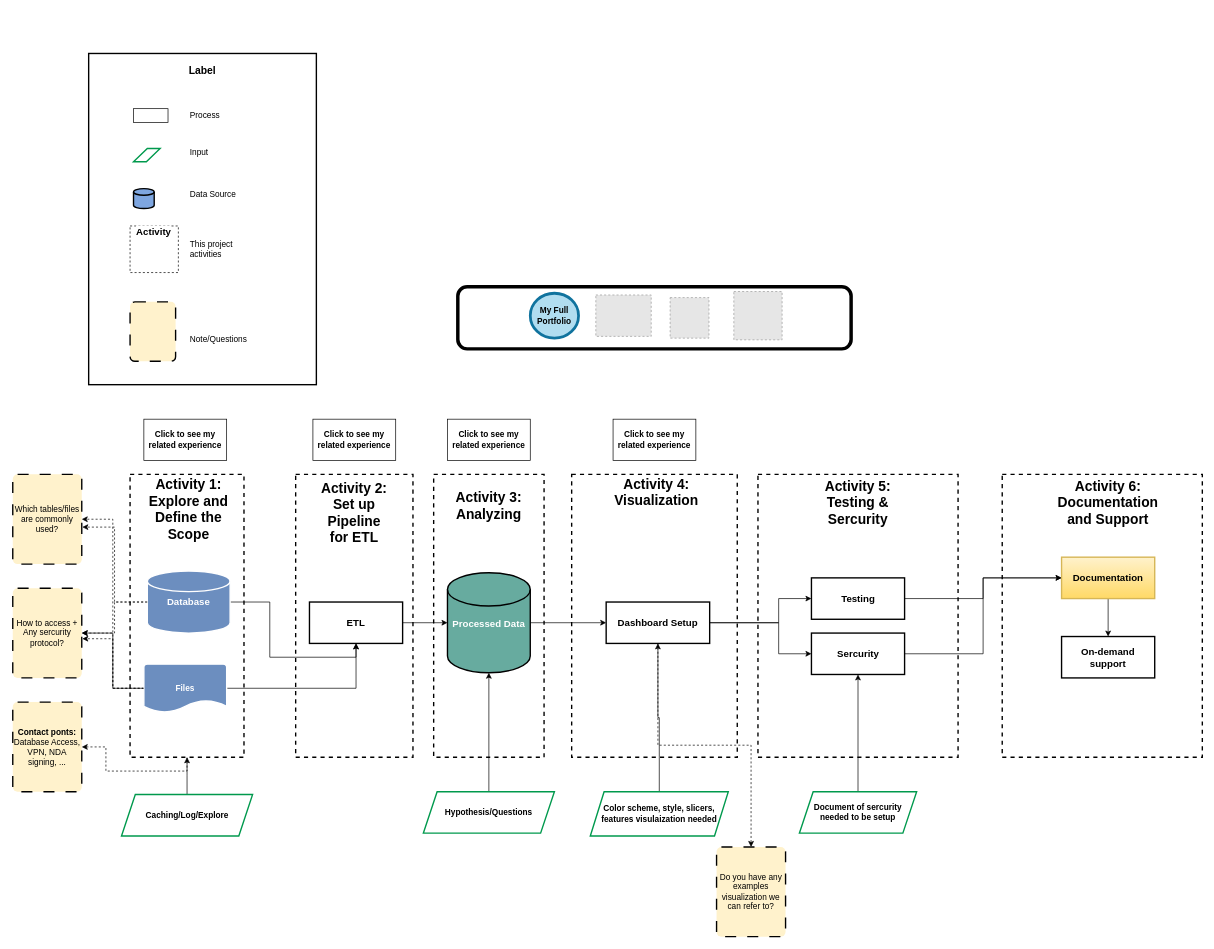
thong-pm/workflow keeps this draw.io diagram as page "Trang-1" (1 of 2) of Standard DA Workflow.drawio. Above is the earlier version. Source tidied: cells renumbered, new cells numbered last; positions are measured from the earlier drawing's top-left corner, leaving out a move shared by most shapes. Both pictures are drawn from the tidied source at 69%, with x=0, y=0 at pixel (12, 12). Pictures stored in the file or linked from it are replaced by grey dashed boxes.
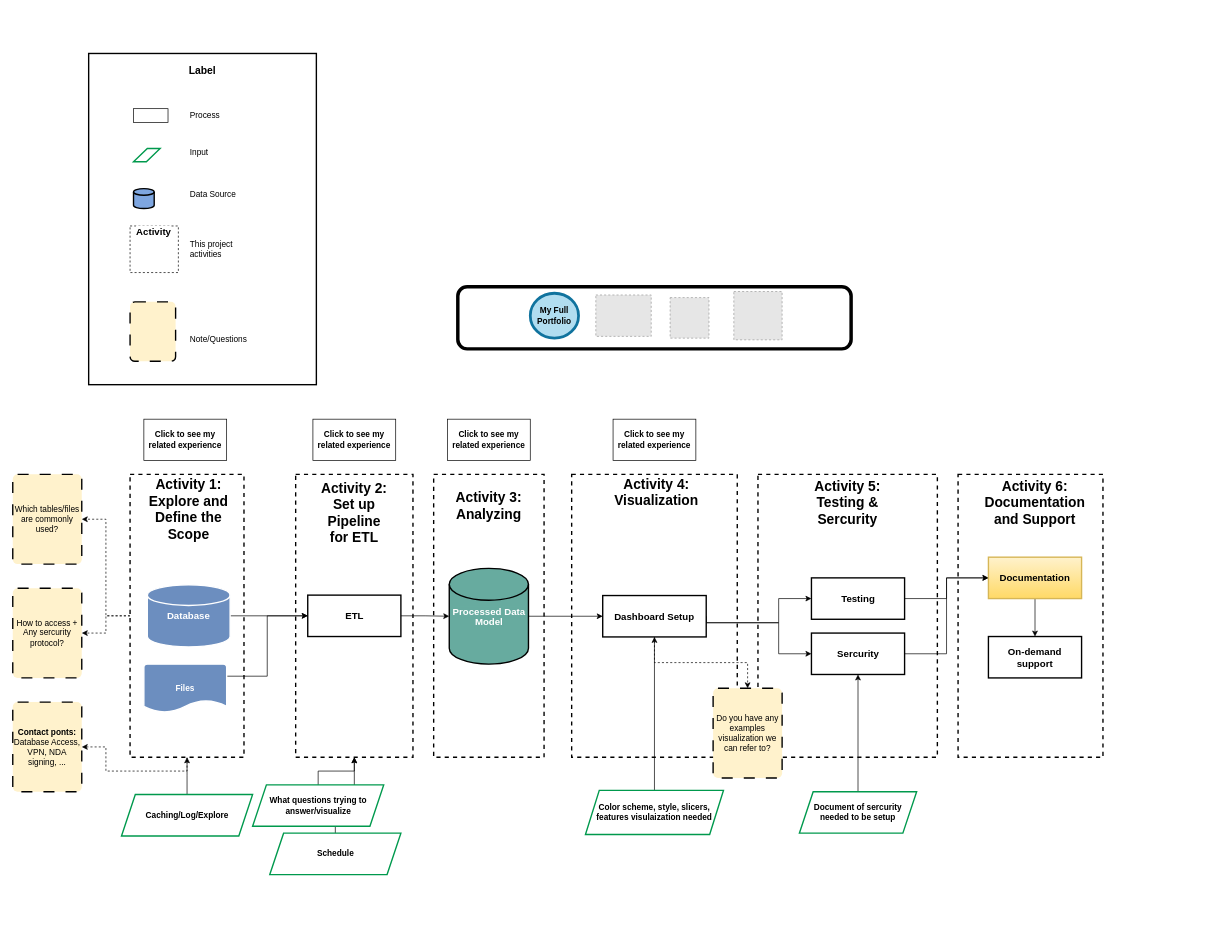
Above is the later version.

Unchanged cells that the change refers to:
```xml
<mxCell id="6" style="rounded=0;whiteSpace=wrap;html=1;dashed=1;strokeWidth=2;" parent="1" vertex="1">
  <mxGeometry x="170" y="670" width="165.1" height="410" as="geometry" />
</mxCell>
<mxCell id="9" style="rounded=0;whiteSpace=wrap;html=1;dashed=1;strokeWidth=2;" parent="1" vertex="1">
  <mxGeometry x="410" y="670" width="170" height="410" as="geometry" />
</mxCell>
<mxCell id="18" value="&lt;b&gt;Files&lt;/b&gt;" style="strokeWidth=2;html=1;shape=mxgraph.flowchart.document2;whiteSpace=wrap;size=0.25;fillColor=#6C8EBF;strokeColor=#FFFFFF;fontColor=#FFFFFF;" parent="1" vertex="1">
  <mxGeometry x="190" y="945" width="120" height="70" as="geometry" />
</mxCell>
<mxCell id="32" value="&lt;div&gt;Which tables/files are commonly used?&lt;/div&gt;" style="rounded=1;whiteSpace=wrap;html=1;absoluteArcSize=1;arcSize=14;strokeWidth=2;fillColor=#fff2cc;strokeColor=#000000;dashed=1;dashPattern=8 8;" parent="1" vertex="1">
  <mxGeometry y="670" width="100" height="130" as="geometry" />
</mxCell>
<mxCell id="52" value="&lt;div&gt;How to access + Any sercurity protocol?&lt;/div&gt;" style="rounded=1;whiteSpace=wrap;html=1;absoluteArcSize=1;arcSize=14;strokeWidth=2;fillColor=#fff2cc;strokeColor=#000000;dashed=1;dashPattern=8 8;" parent="1" vertex="1">
  <mxGeometry y="835" width="100" height="130" as="geometry" />
</mxCell>
```

Diff of the diagram source:
```diff
@@
+    <mxCell id="75" style="edgeStyle=orthogonalEdgeStyle;rounded=0;jettySize=auto;html=1;exitX=0.5;exitY=0;exitDx=0;exitDy=0;entryX=0.5;entryY=1;entryDx=0;entryDy=0;" parent="1" edge="1" source="78" target="9">
+      <mxGeometry relative="1" as="geometry">
+        <Array as="points">
+          <mxPoint x="467" y="1135" />
+          <mxPoint x="495" y="1135" />
+        </Array>
+      </mxGeometry>
+    </mxCell>
@@
     <mxCell id="3" style="rounded=0;whiteSpace=wrap;html=1;dashed=1;strokeWidth=2;" parent="1" vertex="1">
-      <mxGeometry x="1434" y="670" width="290" height="410" as="geometry" />
+      <mxGeometry x="1370" y="670" width="210" height="410" as="geometry" />
     </mxCell>
     <mxCell id="4" style="rounded=0;whiteSpace=wrap;html=1;dashed=1;strokeWidth=2;" parent="1" vertex="1">
-      <mxGeometry x="1080" y="670" width="290" height="410" as="geometry" />
+      <mxGeometry x="1080" y="670" width="260" height="410" as="geometry" />
     </mxCell>
@@
+    <mxCell id="76" style="edgeStyle=orthogonalEdgeStyle;rounded=0;jettySize=auto;html=1;exitX=0;exitY=0.5;exitDx=0;exitDy=0;entryX=1;entryY=0.5;entryDx=0;entryDy=0;dashed=1;" parent="1" edge="1" source="6" target="32">
+      <mxGeometry relative="1" as="geometry" />
+    </mxCell>
@@
     <mxCell id="11" value="ETL" style="rounded=0;whiteSpace=wrap;html=1;fontStyle=1;fontSize=14;fillColor=#FFFFFF;strokeWidth=2;strokeColor=#000000;" parent="1" vertex="1">
-      <mxGeometry x="430" y="855" width="135" height="60" as="geometry" />
+      <mxGeometry x="427.5" y="845" width="135" height="60" as="geometry" />
     </mxCell>
+    <mxCell id="13" style="edgeStyle=orthogonalEdgeStyle;rounded=0;jettySize=auto;html=1;exitX=0;exitY=0.5;exitDx=0;exitDy=0;entryX=1;entryY=0.5;entryDx=0;entryDy=0;dashed=1;" parent="1" edge="1" source="6" target="52">
+      <mxGeometry relative="1" as="geometry" />
+    </mxCell>
-    <mxCell id="12" style="edgeStyle=orthogonalEdgeStyle;rounded=0;jettySize=auto;html=1;exitX=1;exitY=0.5;exitDx=0;exitDy=0;exitPerimeter=0;entryX=0.5;entryY=1;entryDx=0;entryDy=0;fontStyle=1;fontSize=14;" parent="1" edge="1" source="14" target="11">
+    <mxCell id="12" style="edgeStyle=orthogonalEdgeStyle;rounded=0;jettySize=auto;html=1;exitX=1;exitY=0.5;exitDx=0;exitDy=0;exitPerimeter=0;" parent="1" edge="1" source="14" target="11">
       <mxGeometry relative="1" as="geometry" />
     </mxCell>
-    <mxCell id="13" style="edgeStyle=orthogonalEdgeStyle;rounded=0;jettySize=auto;html=1;exitX=0;exitY=0.5;exitDx=0;exitDy=0;exitPerimeter=0;entryX=1;entryY=0.5;entryDx=0;entryDy=0;dashed=1;" parent="1" edge="1" source="14" target="52">
-      <mxGeometry relative="1" as="geometry" />
-    </mxCell>
     <mxCell id="14" value="Database" style="strokeWidth=2;html=1;shape=mxgraph.flowchart.database;whiteSpace=wrap;verticalAlign=middle;fontStyle=1;fontSize=14;fillColor=#6C8EBF;strokeColor=#FFFFFF;fontColor=#FFFFFF;" parent="1" vertex="1">
-      <mxGeometry x="195" y="810" width="120" height="90" as="geometry" />
+      <mxGeometry x="195" y="830" width="120" height="90" as="geometry" />
     </mxCell>
-    <mxCell id="15" style="edgeStyle=orthogonalEdgeStyle;rounded=0;jettySize=auto;html=1;exitX=1;exitY=0.5;exitDx=0;exitDy=0;exitPerimeter=0;entryX=0.5;entryY=1;entryDx=0;entryDy=0;fontStyle=1;fontSize=14;" parent="1" edge="1" source="18" target="11">
+    <mxCell id="15" style="edgeStyle=orthogonalEdgeStyle;rounded=0;jettySize=auto;html=1;exitX=1;exitY=0.25;exitDx=0;exitDy=0;exitPerimeter=0;entryX=0;entryY=0.5;entryDx=0;entryDy=0;" parent="1" edge="1" source="18" target="11">
       <mxGeometry relative="1" as="geometry" />
     </mxCell>
-    <mxCell id="16" style="edgeStyle=orthogonalEdgeStyle;rounded=0;jettySize=auto;html=1;exitX=0;exitY=0.5;exitDx=0;exitDy=0;exitPerimeter=0;" parent="1" edge="1" source="18" target="52">
-      <mxGeometry relative="1" as="geometry" />
-    </mxCell>
-    <mxCell id="17" style="edgeStyle=orthogonalEdgeStyle;rounded=0;jettySize=auto;html=1;exitX=0;exitY=0.5;exitDx=0;exitDy=0;exitPerimeter=0;entryX=1;entryY=0.5;entryDx=0;entryDy=0;dashed=1;" parent="1" edge="1" source="18" target="32">
-      <mxGeometry relative="1" as="geometry" />
-    </mxCell>
@@
-    <mxCell id="20" value="&lt;p style=&quot;line-height: 100%;&quot;&gt;&lt;font color=&quot;#ffffff&quot;&gt;&lt;span style=&quot;background-color: rgb(103, 171, 159);&quot;&gt;Processed Data&lt;/span&gt;&lt;/font&gt;&lt;/p&gt;" style="strokeWidth=2;html=1;shape=mxgraph.flowchart.database;whiteSpace=wrap;fontStyle=1;fontSize=14;fillColor=#67AB9F;" parent="1" vertex="1">
-      <mxGeometry x="630" y="812.5" width="120" height="145" as="geometry" />
+    <mxCell id="20" value="&lt;p style=&quot;line-height: 100%;&quot;&gt;&lt;font color=&quot;#ffffff&quot;&gt;&lt;span style=&quot;background-color: rgb(103, 171, 159);&quot;&gt;Processed Data&lt;br&gt;Model&lt;/span&gt;&lt;/font&gt;&lt;/p&gt;" style="strokeWidth=2;html=1;shape=mxgraph.flowchart.database;whiteSpace=wrap;fontStyle=1;fontSize=14;fillColor=#67AB9F;" parent="1" vertex="1">
+      <mxGeometry x="632.6" y="806.2" width="114.8" height="138.8" as="geometry" />
     </mxCell>
@@
     <mxCell id="24" value="Dashboard Setup" style="rounded=0;whiteSpace=wrap;html=1;fontStyle=1;fontSize=14;fillColor=#FFFFFF;strokeColor=#000000;strokeWidth=2;" parent="1" vertex="1">
-      <mxGeometry x="860" y="855" width="150" height="60" as="geometry" />
+      <mxGeometry x="855" y="845.6" width="150" height="60" as="geometry" />
     </mxCell>
@@
     <mxCell id="33" value="Do you have any examples visualization we can refer to?" style="rounded=1;whiteSpace=wrap;html=1;absoluteArcSize=1;arcSize=14;strokeWidth=2;fillColor=#fff2cc;strokeColor=#000000;dashed=1;dashPattern=8 8;" parent="1" vertex="1">
-      <mxGeometry x="1020" y="1210" width="100" height="130" as="geometry" />
+      <mxGeometry x="1015" y="980" width="100" height="130" as="geometry" />
     </mxCell>
     <mxCell id="34" value="&lt;b style=&quot;border-color: var(--border-color);&quot;&gt;Activity&amp;nbsp;&lt;/b&gt;5: Testing &amp;amp; Sercurity" style="text;html=1;strokeColor=none;fillColor=none;align=center;verticalAlign=middle;whiteSpace=wrap;rounded=0;fontStyle=1;fontSize=20;" parent="1" vertex="1">
-      <mxGeometry x="1147.8" y="690" width="154.4" height="40" as="geometry" />
+      <mxGeometry x="1132.8" y="690" width="154.4" height="40" as="geometry" />
     </mxCell>
@@
     <mxCell id="42" value="&lt;b style=&quot;border-color: var(--border-color);&quot;&gt;Activity&amp;nbsp;&lt;/b&gt;6: Documentation and Support" style="text;html=1;strokeColor=none;fillColor=none;align=center;verticalAlign=middle;whiteSpace=wrap;rounded=0;fontStyle=1;fontSize=20;" parent="1" vertex="1">
-      <mxGeometry x="1516" y="690" width="142.9" height="40" as="geometry" />
+      <mxGeometry x="1410" y="690" width="142.9" height="40" as="geometry" />
     </mxCell>
@@
     <mxCell id="44" value="Documentation" style="rounded=0;whiteSpace=wrap;html=1;fontStyle=1;fontSize=14;fillColor=#fff2cc;strokeWidth=2;strokeColor=#d6b656;gradientColor=#ffd966;" parent="1" vertex="1">
-      <mxGeometry x="1520" y="790" width="135" height="60" as="geometry" />
+      <mxGeometry x="1414" y="790" width="135" height="60" as="geometry" />
     </mxCell>
     <mxCell id="45" value="On-demand support" style="rounded=0;whiteSpace=wrap;html=1;fontStyle=1;fontSize=14;fillColor=#FFFFFF;strokeWidth=2;strokeColor=#000000;" parent="1" vertex="1">
-      <mxGeometry x="1520" y="905" width="135" height="60" as="geometry" />
+      <mxGeometry x="1414" y="905" width="135" height="60" as="geometry" />
     </mxCell>
@@
     <mxCell id="47" value="Color scheme, style, slicers, features visulaization needed" style="shape=parallelogram;perimeter=parallelogramPerimeter;whiteSpace=wrap;html=1;fixedSize=1;fontStyle=1;fillColor=#FFFFFF;strokeWidth=2;strokeColor=#00994D;" parent="1" vertex="1">
-      <mxGeometry x="837" y="1130" width="200" height="64" as="geometry" />
+      <mxGeometry x="830" y="1128" width="200" height="64" as="geometry" />
     </mxCell>
@@
-    <mxCell id="49" style="edgeStyle=orthogonalEdgeStyle;rounded=0;jettySize=auto;html=1;exitX=0.5;exitY=0;exitDx=0;exitDy=0;" parent="1" edge="1" source="50" target="20">
-      <mxGeometry relative="1" as="geometry" />
-    </mxCell>
+    <mxCell id="77" style="edgeStyle=orthogonalEdgeStyle;rounded=0;jettySize=auto;html=1;exitX=0.5;exitY=0;exitDx=0;exitDy=0;" parent="1" edge="1" source="50" target="9">
+      <mxGeometry relative="1" as="geometry" />
+    </mxCell>
-    <mxCell id="50" value="Hypothesis/Questions" style="shape=parallelogram;perimeter=parallelogramPerimeter;whiteSpace=wrap;html=1;fixedSize=1;fontStyle=1;fillColor=#FFFFFF;strokeWidth=2;strokeColor=#00994D;" parent="1" vertex="1">
-      <mxGeometry x="595" y="1130" width="190" height="60" as="geometry" />
+    <mxCell id="50" value="What questions trying to answer/visualize" style="shape=parallelogram;perimeter=parallelogramPerimeter;whiteSpace=wrap;html=1;fixedSize=1;fontStyle=1;fillColor=#FFFFFF;strokeWidth=2;strokeColor=#00994D;" parent="1" vertex="1">
+      <mxGeometry x="347.6" y="1120" width="190" height="60" as="geometry" />
     </mxCell>
-    <mxCell id="51" style="edgeStyle=orthogonalEdgeStyle;rounded=0;jettySize=auto;html=1;exitX=0;exitY=0.5;exitDx=0;exitDy=0;exitPerimeter=0;entryX=1.008;entryY=0.588;entryDx=0;entryDy=0;entryPerimeter=0;dashed=1;" parent="1" edge="1" source="14" target="32">
-      <mxGeometry relative="1" as="geometry" />
-    </mxCell>
@@
-    <mxCell id="53" style="edgeStyle=orthogonalEdgeStyle;rounded=0;jettySize=auto;html=1;exitX=0;exitY=0.5;exitDx=0;exitDy=0;exitPerimeter=0;entryX=1.008;entryY=0.563;entryDx=0;entryDy=0;entryPerimeter=0;dashed=1;" parent="1" edge="1" source="18" target="52">
-      <mxGeometry relative="1" as="geometry" />
-    </mxCell>
@@
+    <mxCell id="78" value="Schedule" style="shape=parallelogram;perimeter=parallelogramPerimeter;whiteSpace=wrap;html=1;fixedSize=1;fontStyle=1;fillColor=#FFFFFF;strokeWidth=2;strokeColor=#00994D;" parent="1" vertex="1">
+      <mxGeometry x="372.5" y="1190" width="190" height="60" as="geometry" />
+    </mxCell>
+    <mxCell id="79" style="edgeStyle=orthogonalEdgeStyle;rounded=0;orthogonalLoop=1;jettySize=auto;html=1;exitX=0.5;exitY=1;exitDx=0;exitDy=0;" parent="1" edge="1" source="78" target="78">
+      <mxGeometry relative="1" as="geometry" />
+    </mxCell>
```
